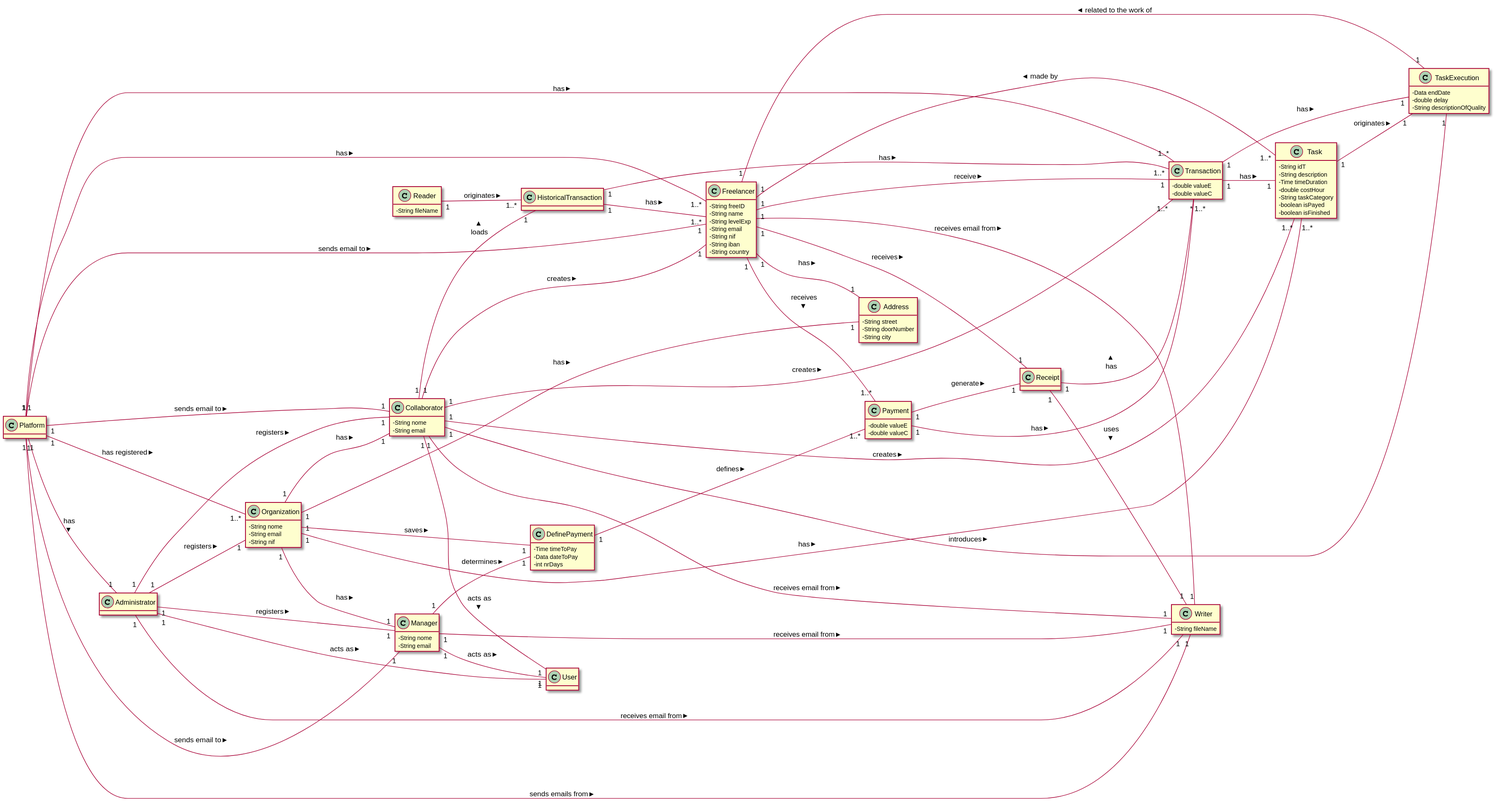
Before: docs/MD/LAPR2_MD.svg, a diagram exported from PlantUML (1190452/LAPR2). Source of this version:
```plantuml
@startuml
skinparam classAttributeIconSize 0
hide methods
left to right direction

class Platform{
}
class Freelancer {
  -String freeID
  -String name
  -String levelExp
  -String email
  -String nif
  -String iban
  -String country
}

class Organization {
  -String nome
  -String email
  -String nif
}

class Collaborator{
  -String nome
  -String email
}

class Task {
  -String idT
  -String description
  -Time timeDuration
  -double costHour
  -String taskCategory
  -boolean isPayed
  -boolean isFinished
}

class Manager {
  -String nome
  -String email
}

class User {
}

class Receipt {
}

class Transaction {
    -double valueE
    -double valueC
}

class Address{
  -String street
  -String doorNumber
  -String city
}

class Administrator {
}

class Payment{
  -double valueE
  -double valueC
}

class DefinePayment{
  -Time timeToPay
  -Data dateToPay
  -int nrDays
  }

class Reader {
  -String fileName
}

class HistoricalTransaction{
}

class TaskExecution{
  -Data endDate
  -double delay
  -String descriptionOfQuality
  }

class Writer{
  -String fileName
  }

Freelancer "1" -- "1" Transaction: receive >
Freelancer "1" -- "1" Receipt: receives >
Freelancer "1" -- "1..*" Payment: receives >
Freelancer "1" -- "1" Address: has >
Freelancer "1" -- "1" Writer: receives email from >

Task "1..*" -- "1" Freelancer: made by >


Platform "1" -- "1..*" Transaction: has >
Platform "1" -- "1" Administrator: has >
Platform "1" -- "1..*" Organization: has registered >
Platform "1" -- "1..*" Freelancer: has >
Platform "1" -- "1" Freelancer: sends email to >
Platform "1" -- "1" Collaborator: sends email to >
Platform "1" -- "1" Manager: sends email to >
Platform "1" -- "1" Writer : sends emails from >

Organization "1" -- "1" Address: has >
Organization "1" -- "1" Manager: has >
Organization "1" -- "1" Collaborator: has >
Organization "1" -- "1..*" Task: has >
Organization "1" -- "1" DefinePayment: saves >

Manager "1" -- "1" User: acts as >
Manager "1" -- "1" Writer: receives email from >
Manager "1" -- "1" DefinePayment: determines >

Administrator "1" -- "1" Organization: registers >
Administrator "1" -- "1" User: acts as >
Administrator "1" -- "1" Collaborator: registers >
Administrator "1" -- "1" Manager: registers >
Administrator "1" -- "1" Writer: receives email from >

Transaction "1" -- "1" Task: has >
Transaction "1" -- "1" TaskExecution: has >


Payment "1" -- "1" Receipt: generate >
Payment "1" -- "1..*" Transaction : has >

DefinePayment "1" -- "1..*" Payment: defines >


Reader "1" -- "1..*" HistoricalTransaction: originates >

HistoricalTransaction "1" -- "1..*" Transaction: has >
HistoricalTransaction "1" -- "1..*" Freelancer: has >

Collaborator "1" -- "1" Freelancer: creates >
Collaborator "1" -- "1..*" Task: creates >
Collaborator "1" -- "1..*" Transaction: creates >
Collaborator "1" -- "1" User: acts as >
Collaborator "1" -- "1" HistoricalTransaction: loads >
Collaborator "1" -- "1" TaskExecution: introduces >
Collaborator "1" -- "1" Writer: receives email from >


TaskExecution "1" -- "1" Freelancer: related to the work of >

Task "1" -- "1" TaskExecution : originates >

Receipt "1" -- "1" Writer : uses >
Receipt "1" -- "*" Transaction: has >




@enduml
```
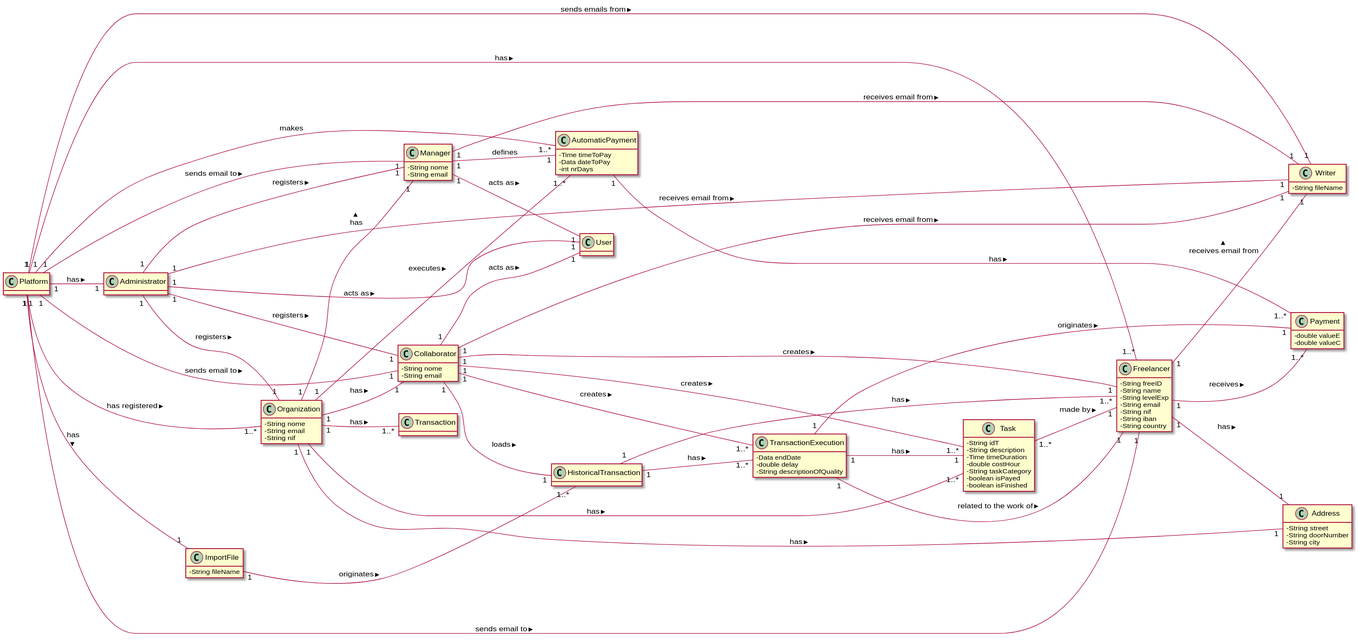
Later version of the same file.

Commit message:
[MD] - changing some classes after talking to the teacher

What changed in the source:
```diff
@@ -44,12 +44,10 @@
 class User {
 }
 
-class Receipt {
-}
-
-class Transaction {
-    -double valueE
-    -double valueC
+class TransactionExecution {
+  -Data endDate
+  -double delay
+  -String descriptionOfQuality
 }
 
 class Address{
@@ -66,31 +64,23 @@
   -double valueC
 }
 
-class DefinePayment{
+class AutomaticPayment{
   -Time timeToPay
   -Data dateToPay
   -int nrDays
   }
 
-class Reader {
+class ImportFile {
   -String fileName
 }
 
 class HistoricalTransaction{
 }
 
-class TaskExecution{
-  -Data endDate
-  -double delay
-  -String descriptionOfQuality
-  }
-
 class Writer{
   -String fileName
   }
 
-Freelancer "1" -- "1" Transaction: receive >
-Freelancer "1" -- "1" Receipt: receives >
 Freelancer "1" -- "1..*" Payment: receives >
 Freelancer "1" -- "1" Address: has >
 Freelancer "1" -- "1" Writer: receives email from >
@@ -98,7 +88,6 @@
 Task "1..*" -- "1" Freelancer: made by >
 
 
-Platform "1" -- "1..*" Transaction: has >
 Platform "1" -- "1" Administrator: has >
 Platform "1" -- "1..*" Organization: has registered >
 Platform "1" -- "1..*" Freelancer: has >
@@ -106,16 +95,19 @@
 Platform "1" -- "1" Collaborator: sends email to >
 Platform "1" -- "1" Manager: sends email to >
 Platform "1" -- "1" Writer : sends emails from >
+Platform "1" -- "1..*" AutomaticPayment : makes
+Platform "1" -- "1" ImportFile: has >
 
 Organization "1" -- "1" Address: has >
 Organization "1" -- "1" Manager: has >
 Organization "1" -- "1" Collaborator: has >
 Organization "1" -- "1..*" Task: has >
-Organization "1" -- "1" DefinePayment: saves >
+Organization "1" -- "1..*" Transaction: has >
+Organization "1" -- "1..*" AutomaticPayment: executes >
 
 Manager "1" -- "1" User: acts as >
 Manager "1" -- "1" Writer: receives email from >
-Manager "1" -- "1" DefinePayment: determines >
+Manager "1" -- "1" AutomaticPayment: defines
 
 Administrator "1" -- "1" Organization: registers >
 Administrator "1" -- "1" User: acts as >
@@ -123,38 +115,22 @@
 Administrator "1" -- "1" Manager: registers >
 Administrator "1" -- "1" Writer: receives email from >
 
-Transaction "1" -- "1" Task: has >
-Transaction "1" -- "1" TaskExecution: has >
+TransactionExecution "1" -- "1" Task : has >
+TransactionExecution "1" -- "1" Freelancer: related to the work of >
+TransactionExecution "1" -- "1" Payment : originates >
+
+AutomaticPayment "1" -- "1..*" Payment: has >
 
 
-Payment "1" -- "1" Receipt: generate >
-Payment "1" -- "1..*" Transaction : has >
+ImportFile "1" -- "1..*" HistoricalTransaction: originates >
 
-DefinePayment "1" -- "1..*" Payment: defines >
-
-
-Reader "1" -- "1..*" HistoricalTransaction: originates >
-
-HistoricalTransaction "1" -- "1..*" Transaction: has >
+HistoricalTransaction "1" -- "1..*" TransactionExecution: has >
 HistoricalTransaction "1" -- "1..*" Freelancer: has >
 
 Collaborator "1" -- "1" Freelancer: creates >
 Collaborator "1" -- "1..*" Task: creates >
-Collaborator "1" -- "1..*" Transaction: creates >
+Collaborator "1" -- "1..*" TransactionExecution: creates >
 Collaborator "1" -- "1" User: acts as >
 Collaborator "1" -- "1" HistoricalTransaction: loads >
-Collaborator "1" -- "1" TaskExecution: introduces >
 Collaborator "1" -- "1" Writer: receives email from >
-
-
-TaskExecution "1" -- "1" Freelancer: related to the work of >
-
-Task "1" -- "1" TaskExecution : originates >
-
-Receipt "1" -- "1" Writer : uses >
-Receipt "1" -- "*" Transaction: has >
-
-
-
-
 @enduml
```
